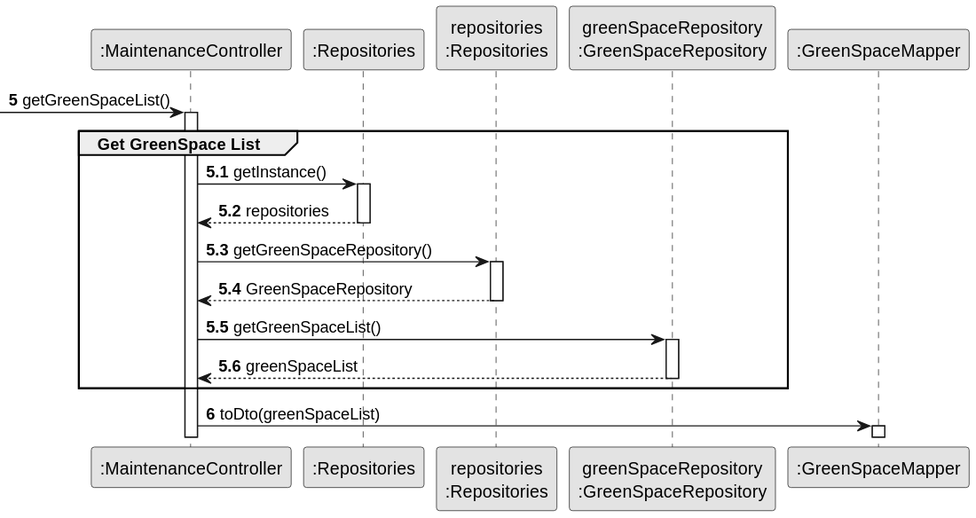
This is docs/sprintC/us027/03.design/svg/us027-sequence-diagram-partial-get-GreenSpace-list.svg from diogoveirospro/lei-24-s2-1dg-g072, a PlantUML export, as it was before one commit.
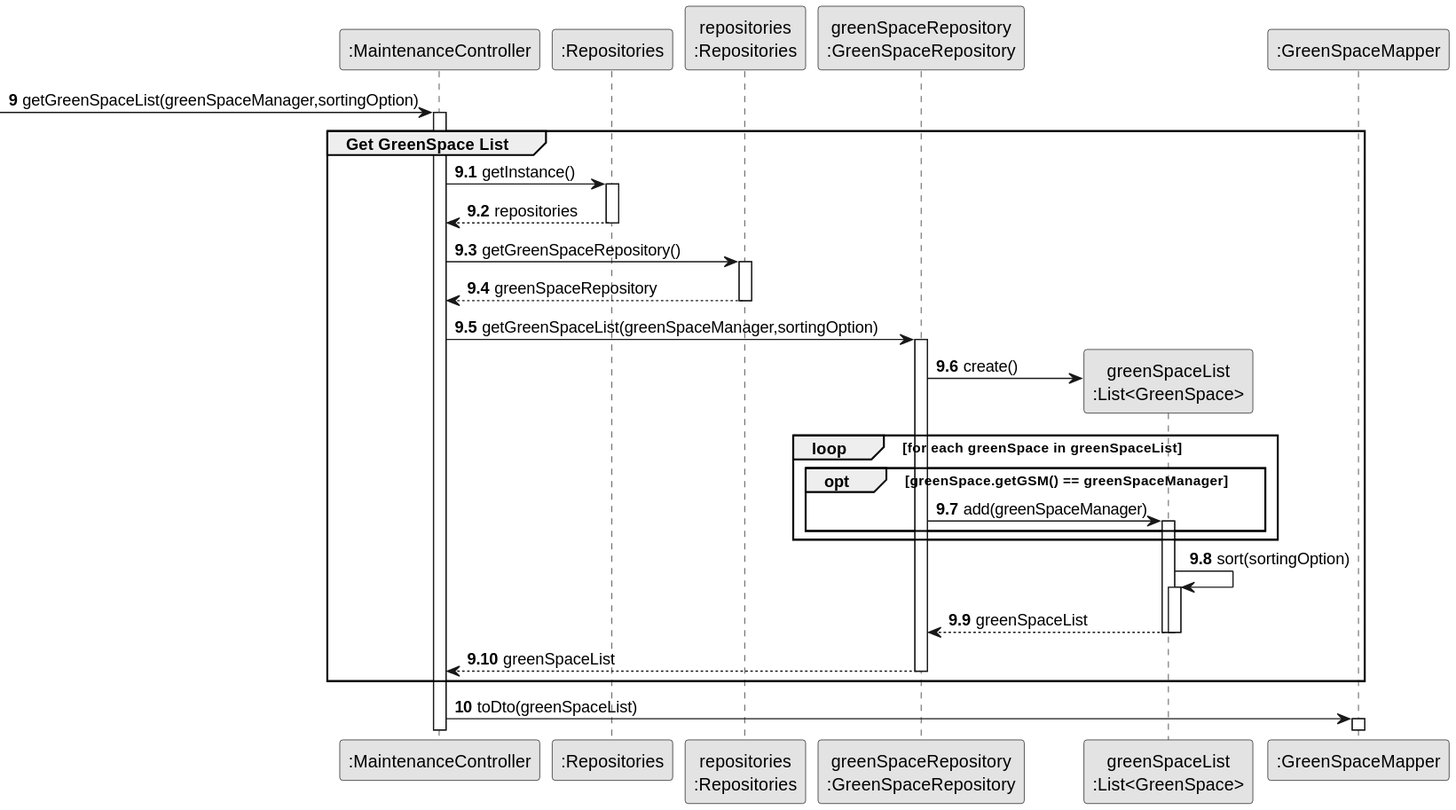
Above is the later version.

The edit, as a diff of the source:
```diff
@@ -10,43 +10,66 @@
 participant ":Repositories" as RepositorySingleton
 participant "repositories\n:Repositories" as REP
 participant "greenSpaceRepository\n:GreenSpaceRepository" as greenSpaceRepository
+participant "greenSpaceList\n:List<GreenSpace>" as greenSpaceList
 participant ":GreenSpaceMapper" as Mapper
 
-autonumber 5
+autonumber 9
 
- -> CTRL : getGreenSpaceList()
-autonumber 5.1
+ -> CTRL : getGreenSpaceList(greenSpaceManager,sortingOption)
+autonumber 9.1
 activate CTRL
     group Get GreenSpace List
 
 
 
-                            CTRL -> RepositorySingleton : getInstance()
-                            activate RepositorySingleton
 
-                                RepositorySingleton --> CTRL: repositories
-                            deactivate RepositorySingleton
+                CTRL -> RepositorySingleton : getInstance()
+                activate RepositorySingleton
 
-                            CTRL -> REP : getGreenSpaceRepository()
-                            activate REP
+                    RepositorySingleton --> CTRL: repositories
+                deactivate RepositorySingleton
 
-                                REP --> CTRL: GreenSpaceRepository
-                            deactivate REP
+                CTRL -> REP : getGreenSpaceRepository()
+                activate REP
 
-                            CTRL -> greenSpaceRepository : getGreenSpaceList()
+                    REP --> CTRL: greenSpaceRepository
+                deactivate REP
 
-                            activate greenSpaceRepository
+                CTRL -> greenSpaceRepository : getGreenSpaceList(greenSpaceManager,sortingOption)
 
-                                    greenSpaceRepository --> CTRL : greenSpaceList
-                                    deactivate greenSpaceRepository
+                activate greenSpaceRepository
 
-                            deactivate greenSpaceRepository
+                        greenSpaceRepository -> greenSpaceList**: create()
+                        loop for each greenSpace in greenSpaceList
+opt greenSpace.getGSM() == greenSpaceManager
+                            greenSpaceRepository -> greenSpaceList : add(greenSpaceManager)
+                                activate greenSpaceList
 
-                            deactivate greenSpaceRepository
+
+
+
+
+                                        end
+
+                                        end
+                                        greenSpaceList -> greenSpaceList : sort(sortingOption)
+                                        activate greenSpaceList
+
+                                                greenSpaceList --> greenSpaceRepository: greenSpaceList
+
+                                        deactivate greenSpaceList
+
+                                deactivate greenSpaceList
+
+                        greenSpaceRepository --> CTRL : greenSpaceList
+
+
+                deactivate greenSpaceRepository
+
 
 
     end
-    autonumber 6
+    autonumber 10
     CTRL -> Mapper : toDto(greenSpaceList)
         activate Mapper
 @enduml
```
